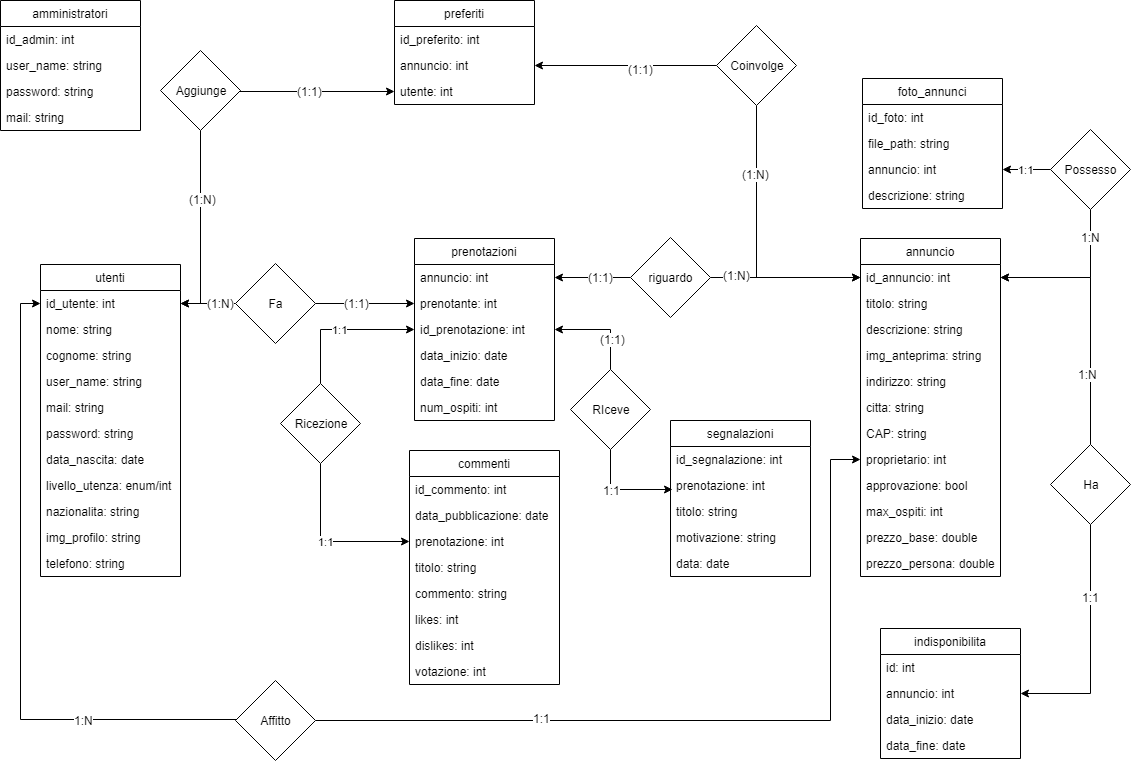
Earlier version of the draw.io export Database/schema_relazionale.png (GiulioUmbrella/FRENT). Source tidied: cells renumbered, new cells last; positions are measured from the earlier drawing's top-left corner, leaving out a move shared by most shapes.
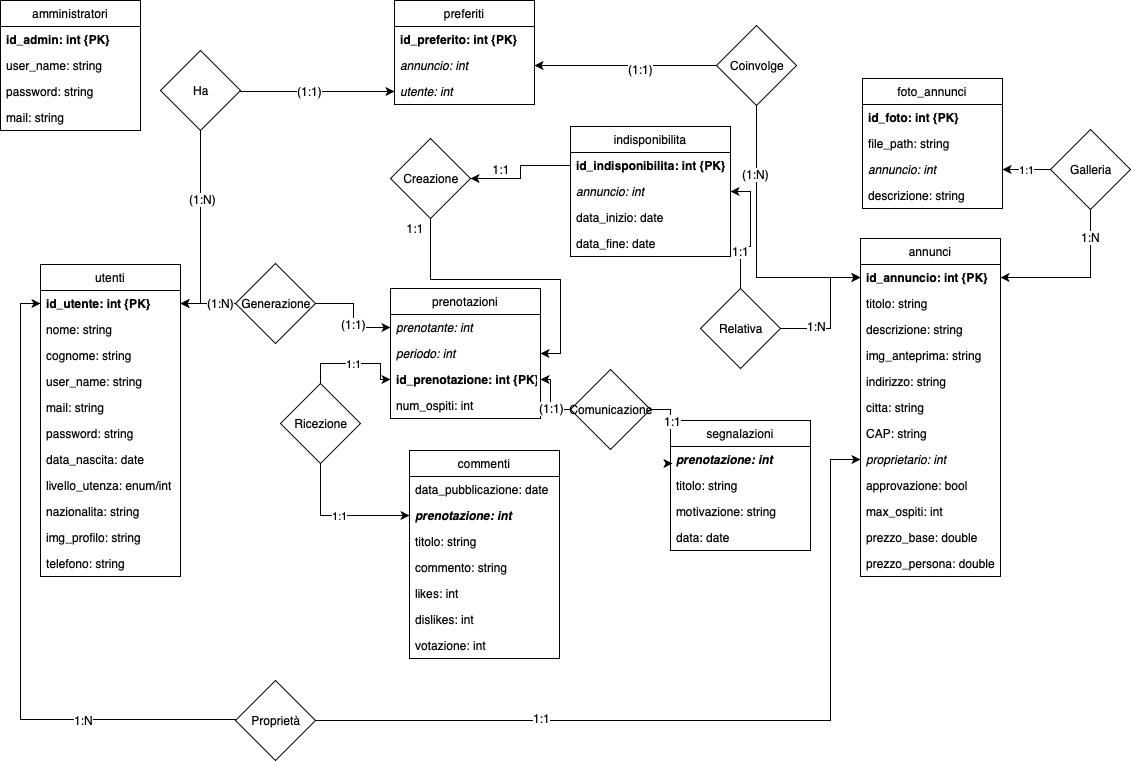
After the commit.

What changed in the source:
```diff
@@ -4,6 +4,6 @@
     <mxCell id="1" parent="0" />
-    <mxCell id="2" value="annuncio" style="swimlane;fontStyle=0;horizontal=1;startSize=26;fillColor=none;" parent="1" vertex="1">
+    <mxCell id="2" value="annunci" style="swimlane;fontStyle=0;horizontal=1;startSize=26;fillColor=none;" parent="1" vertex="1">
       <mxGeometry x="860" y="238" width="140" height="338" as="geometry" />
     </mxCell>
-    <mxCell id="3" value="id_annuncio: int" style="text;strokeColor=none;fillColor=none;align=left;verticalAlign=top;spacingLeft=4;spacingRight=4;overflow=hidden;points=[[0,0.5],[1,0.5]];portConstraint=eastwest;" parent="2" vertex="1">
+    <mxCell id="3" value="id_annuncio: int {PK}" style="text;strokeColor=none;fillColor=none;align=left;verticalAlign=top;spacingLeft=4;spacingRight=4;overflow=hidden;points=[[0,0.5],[1,0.5]];portConstraint=eastwest;fontStyle=1;" parent="2" vertex="1">
       <mxGeometry y="26" width="140" height="26" as="geometry" />
@@ -28,3 +28,3 @@
     </mxCell>
-    <mxCell id="10" value="proprietario: int" style="text;strokeColor=none;fillColor=none;align=left;verticalAlign=top;spacingLeft=4;spacingRight=4;overflow=hidden;points=[[0,0.5],[1,0.5]];portConstraint=eastwest;" parent="2" vertex="1">
+    <mxCell id="10" value="proprietario: int" style="text;strokeColor=none;fillColor=none;align=left;verticalAlign=top;spacingLeft=4;spacingRight=4;overflow=hidden;points=[[0,0.5],[1,0.5]];portConstraint=eastwest;fontStyle=2;" parent="2" vertex="1">
       <mxGeometry y="208" width="140" height="26" as="geometry" />
@@ -44,27 +44,24 @@
     <mxCell id="15" value="commenti" style="swimlane;fontStyle=0;horizontal=1;startSize=26;fillColor=none;" parent="1" vertex="1">
-      <mxGeometry x="409" y="450" width="150" height="234" as="geometry" />
+      <mxGeometry x="409" y="450" width="150" height="208" as="geometry" />
     </mxCell>
-    <mxCell id="16" value="id_commento: int" style="text;strokeColor=none;fillColor=none;align=left;verticalAlign=top;spacingLeft=4;spacingRight=4;overflow=hidden;" parent="15" vertex="1">
-      <mxGeometry y="26" width="150" height="26" as="geometry" />
-    </mxCell>
     <mxCell id="17" value="data_pubblicazione: date" style="text;strokeColor=none;fillColor=none;align=left;verticalAlign=top;spacingLeft=4;spacingRight=4;overflow=hidden;" parent="15" vertex="1">
-      <mxGeometry y="52" width="150" height="26" as="geometry" />
+      <mxGeometry y="26" width="150" height="26" as="geometry" />
     </mxCell>
-    <mxCell id="18" value="prenotazione: int" style="text;strokeColor=none;fillColor=none;align=left;verticalAlign=top;spacingLeft=4;spacingRight=4;overflow=hidden;points=[[0,0.5],[1,0.5]];portConstraint=eastwest;" parent="15" vertex="1">
-      <mxGeometry y="78" width="150" height="26" as="geometry" />
+    <mxCell id="18" value="prenotazione: int" style="text;strokeColor=none;fillColor=none;align=left;verticalAlign=top;spacingLeft=4;spacingRight=4;overflow=hidden;points=[[0,0.5],[1,0.5]];portConstraint=eastwest;fontStyle=3;" parent="15" vertex="1">
+      <mxGeometry y="52" width="150" height="26" as="geometry" />
     </mxCell>
     <mxCell id="19" value="titolo: string" style="text;strokeColor=none;fillColor=none;align=left;verticalAlign=top;spacingLeft=4;spacingRight=4;overflow=hidden;" parent="15" vertex="1">
-      <mxGeometry y="104" width="150" height="26" as="geometry" />
+      <mxGeometry y="78" width="150" height="26" as="geometry" />
     </mxCell>
     <mxCell id="20" value="commento: string" style="text;strokeColor=none;fillColor=none;align=left;verticalAlign=top;spacingLeft=4;spacingRight=4;overflow=hidden;" parent="15" vertex="1">
-      <mxGeometry y="130" width="150" height="26" as="geometry" />
+      <mxGeometry y="104" width="150" height="26" as="geometry" />
     </mxCell>
     <mxCell id="21" value="likes: int" style="text;strokeColor=none;fillColor=none;align=left;verticalAlign=top;spacingLeft=4;spacingRight=4;overflow=hidden;" parent="15" vertex="1">
-      <mxGeometry y="156" width="150" height="26" as="geometry" />
+      <mxGeometry y="130" width="150" height="26" as="geometry" />
     </mxCell>
     <mxCell id="22" value="dislikes: int" style="text;strokeColor=none;fillColor=none;align=left;verticalAlign=top;spacingLeft=4;spacingRight=4;overflow=hidden;" parent="15" vertex="1">
-      <mxGeometry y="182" width="150" height="26" as="geometry" />
+      <mxGeometry y="156" width="150" height="26" as="geometry" />
     </mxCell>
     <mxCell id="23" value="votazione: int" style="text;strokeColor=none;fillColor=none;align=left;verticalAlign=top;spacingLeft=4;spacingRight=4;overflow=hidden;" parent="15" vertex="1">
-      <mxGeometry y="208" width="150" height="26" as="geometry" />
+      <mxGeometry y="182" width="150" height="26" as="geometry" />
     </mxCell>
@@ -73,3 +70,3 @@
     </mxCell>
-    <mxCell id="25" value="id_utente: int" style="text;strokeColor=none;fillColor=none;align=left;verticalAlign=top;spacingLeft=4;spacingRight=4;overflow=hidden;points=[[0,0.5],[1,0.5]];portConstraint=eastwest;" parent="24" vertex="1">
+    <mxCell id="25" value="id_utente: int {PK}" style="text;strokeColor=none;fillColor=none;align=left;verticalAlign=top;spacingLeft=4;spacingRight=4;overflow=hidden;points=[[0,0.5],[1,0.5]];portConstraint=eastwest;rounded=0;fontStyle=1;" parent="24" vertex="1">
       <mxGeometry y="26" width="140" height="26" as="geometry" />
@@ -109,9 +106,9 @@
     </mxCell>
-    <mxCell id="37" value="id_preferito: int" style="text;strokeColor=none;fillColor=none;align=left;verticalAlign=top;spacingLeft=4;spacingRight=4;overflow=hidden;" parent="36" vertex="1">
+    <mxCell id="37" value="id_preferito: int {PK}" style="text;strokeColor=none;fillColor=none;align=left;verticalAlign=top;spacingLeft=4;spacingRight=4;overflow=hidden;fontStyle=1;" parent="36" vertex="1">
       <mxGeometry y="26" width="140" height="26" as="geometry" />
     </mxCell>
-    <mxCell id="38" value="annuncio: int" style="text;strokeColor=none;fillColor=none;align=left;verticalAlign=top;spacingLeft=4;spacingRight=4;overflow=hidden;points=[[0,0.5],[1,0.5]];portConstraint=eastwest;" parent="36" vertex="1">
+    <mxCell id="38" value="annuncio: int" style="text;strokeColor=none;fillColor=none;align=left;verticalAlign=top;spacingLeft=4;spacingRight=4;overflow=hidden;points=[[0,0.5],[1,0.5]];portConstraint=eastwest;fontStyle=2;" parent="36" vertex="1">
       <mxGeometry y="52" width="140" height="26" as="geometry" />
     </mxCell>
-    <mxCell id="39" value="utente: int" style="text;strokeColor=none;fillColor=none;align=left;verticalAlign=top;spacingLeft=4;spacingRight=4;overflow=hidden;points=[[0,0.5],[1,0.5]];portConstraint=eastwest;" parent="36" vertex="1">
+    <mxCell id="39" value="utente: int" style="text;strokeColor=none;fillColor=none;align=left;verticalAlign=top;spacingLeft=4;spacingRight=4;overflow=hidden;points=[[0,0.5],[1,0.5]];portConstraint=eastwest;fontStyle=2;" parent="36" vertex="1">
       <mxGeometry y="78" width="140" height="26" as="geometry" />
@@ -119,18 +116,15 @@
     <mxCell id="40" value="segnalazioni" style="swimlane;fontStyle=0;horizontal=1;startSize=26;fillColor=none;" parent="1" vertex="1">
-      <mxGeometry x="670" y="420" width="140" height="156" as="geometry" />
+      <mxGeometry x="670" y="420" width="140" height="130" as="geometry" />
     </mxCell>
-    <mxCell id="41" value="id_segnalazione: int" style="text;strokeColor=none;fillColor=none;align=left;verticalAlign=top;spacingLeft=4;spacingRight=4;overflow=hidden;" parent="40" vertex="1">
-      <mxGeometry y="26" width="140" height="26" as="geometry" />
-    </mxCell>
-    <mxCell id="42" value="prenotazione: int" style="text;strokeColor=none;fillColor=none;align=left;verticalAlign=top;spacingLeft=4;spacingRight=4;overflow=hidden;points=[[0,0.5],[1,0.5]];portConstraint=eastwest;" parent="40" vertex="1">
-      <mxGeometry y="52" width="140" height="26" as="geometry" />
+    <mxCell id="42" value="prenotazione: int" style="text;strokeColor=none;fillColor=none;align=left;verticalAlign=top;spacingLeft=4;spacingRight=4;overflow=hidden;points=[[0,0.5],[1,0.5]];portConstraint=eastwest;fontStyle=3;" parent="40" vertex="1">
+      <mxGeometry y="26" width="140" height="26" as="geometry" />
     </mxCell>
     <mxCell id="43" value="titolo: string" style="text;strokeColor=none;fillColor=none;align=left;verticalAlign=top;spacingLeft=4;spacingRight=4;overflow=hidden;" parent="40" vertex="1">
-      <mxGeometry y="78" width="140" height="26" as="geometry" />
+      <mxGeometry y="52" width="140" height="26" as="geometry" />
     </mxCell>
     <mxCell id="44" value="motivazione: string" style="text;strokeColor=none;fillColor=none;align=left;verticalAlign=top;spacingLeft=4;spacingRight=4;overflow=hidden;" parent="40" vertex="1">
-      <mxGeometry y="104" width="140" height="26" as="geometry" />
+      <mxGeometry y="78" width="140" height="26" as="geometry" />
     </mxCell>
     <mxCell id="45" value="data: date" style="text;strokeColor=none;fillColor=none;align=left;verticalAlign=top;spacingLeft=4;spacingRight=4;overflow=hidden;" parent="40" vertex="1">
-      <mxGeometry y="130" width="140" height="26" as="geometry" />
+      <mxGeometry y="104" width="140" height="26" as="geometry" />
     </mxCell>
@@ -139,3 +133,3 @@
     </mxCell>
-    <mxCell id="47" value="id_foto: int" style="text;strokeColor=none;fillColor=none;align=left;verticalAlign=top;spacingLeft=4;spacingRight=4;overflow=hidden;" parent="46" vertex="1">
+    <mxCell id="47" value="id_foto: int {PK}" style="text;strokeColor=none;fillColor=none;align=left;verticalAlign=top;spacingLeft=4;spacingRight=4;overflow=hidden;fontStyle=1;" parent="46" vertex="1">
       <mxGeometry y="26" width="140" height="26" as="geometry" />
@@ -145,3 +139,3 @@
     </mxCell>
-    <mxCell id="49" value="annuncio: int" style="text;strokeColor=none;fillColor=none;align=left;verticalAlign=top;spacingLeft=4;spacingRight=4;overflow=hidden;points=[[0,0.5],[1,0.5]];portConstraint=eastwest;" parent="46" vertex="1">
+    <mxCell id="49" value="annuncio: int" style="text;strokeColor=none;fillColor=none;align=left;verticalAlign=top;spacingLeft=4;spacingRight=4;overflow=hidden;points=[[0,0.5],[1,0.5]];portConstraint=eastwest;fontStyle=2;" parent="46" vertex="1">
       <mxGeometry y="78" width="140" height="26" as="geometry" />
@@ -171,21 +165,15 @@
     <mxCell id="55" value="prenotazioni" style="swimlane;fontStyle=0;horizontal=1;startSize=26;fillColor=none;" parent="1" vertex="1">
-      <mxGeometry x="414" y="238" width="140" height="182" as="geometry" />
+      <mxGeometry x="390" y="288" width="150" height="130" as="geometry" />
     </mxCell>
-    <mxCell id="56" value="annuncio: int" style="text;strokeColor=none;fillColor=none;align=left;verticalAlign=top;spacingLeft=4;spacingRight=4;overflow=hidden;points=[[0,0.5],[1,0.5]];portConstraint=eastwest;" parent="55" vertex="1">
-      <mxGeometry y="26" width="140" height="26" as="geometry" />
-    </mxCell>
-    <mxCell id="57" value="prenotante: int" style="text;strokeColor=none;fillColor=none;align=left;verticalAlign=top;spacingLeft=4;spacingRight=4;overflow=hidden;points=[[0,0.5],[1,0.5]];portConstraint=eastwest;" parent="55" vertex="1">
-      <mxGeometry y="52" width="140" height="26" as="geometry" />
+    <mxCell id="57" value="prenotante: int" style="text;strokeColor=none;fillColor=none;align=left;verticalAlign=top;spacingLeft=4;spacingRight=4;overflow=hidden;points=[[0,0.5],[1,0.5]];portConstraint=eastwest;fontStyle=2;" parent="55" vertex="1">
+      <mxGeometry y="26" width="150" height="26" as="geometry" />
     </mxCell>
+    <mxCell id="110" value="periodo: int" style="text;strokeColor=none;fillColor=none;align=left;verticalAlign=top;spacingLeft=4;spacingRight=4;overflow=hidden;points=[[0,0.5],[1,0.5]];portConstraint=eastwest;fontStyle=2;" parent="55" vertex="1">
+      <mxGeometry y="52" width="150" height="26" as="geometry" />
+    </mxCell>
-    <mxCell id="58" value="id_prenotazione: int" style="text;strokeColor=none;fillColor=none;align=left;verticalAlign=top;spacingLeft=4;spacingRight=4;overflow=hidden;points=[[0,0.5],[1,0.5]];portConstraint=eastwest;" parent="55" vertex="1">
-      <mxGeometry y="78" width="140" height="26" as="geometry" />
+    <mxCell id="58" value="id_prenotazione: int {PK}" style="text;strokeColor=none;fillColor=none;align=left;verticalAlign=top;spacingLeft=4;spacingRight=4;overflow=hidden;points=[[0,0.5],[1,0.5]];portConstraint=eastwest;fontStyle=1;" parent="55" vertex="1">
+      <mxGeometry y="78" width="150" height="26" as="geometry" />
     </mxCell>
-    <mxCell id="59" value="data_inizio: date" style="text;strokeColor=none;fillColor=none;align=left;verticalAlign=top;spacingLeft=4;spacingRight=4;overflow=hidden;" parent="55" vertex="1">
-      <mxGeometry y="104" width="140" height="26" as="geometry" />
-    </mxCell>
-    <mxCell id="60" value="data_fine: date" style="text;strokeColor=none;fillColor=none;align=left;verticalAlign=top;spacingLeft=4;spacingRight=4;overflow=hidden;" parent="55" vertex="1">
-      <mxGeometry y="130" width="140" height="26" as="geometry" />
-    </mxCell>
     <mxCell id="61" value="num_ospiti: int" style="text;strokeColor=none;fillColor=none;align=left;verticalAlign=top;spacingLeft=4;spacingRight=4;overflow=hidden;" parent="55" vertex="1">
-      <mxGeometry y="156" width="140" height="26" as="geometry" />
+      <mxGeometry y="104" width="150" height="26" as="geometry" />
     </mxCell>
@@ -194,3 +182,3 @@
     </mxCell>
-    <mxCell id="63" value="id_admin: int" style="text;strokeColor=none;fillColor=none;align=left;verticalAlign=top;spacingLeft=4;spacingRight=4;overflow=hidden;" parent="62" vertex="1">
+    <mxCell id="63" value="id_admin: int {PK}" style="text;strokeColor=none;fillColor=none;align=left;verticalAlign=top;spacingLeft=4;spacingRight=4;overflow=hidden;fontStyle=1;" parent="62" vertex="1">
       <mxGeometry y="26" width="140" height="26" as="geometry" />
@@ -207,15 +195,15 @@
     <mxCell id="67" value="indisponibilita" style="swimlane;fontStyle=0;horizontal=1;startSize=26;fillColor=none;" parent="1" vertex="1">
-      <mxGeometry x="880" y="628" width="140" height="130" as="geometry" />
+      <mxGeometry x="570" y="126" width="160" height="130" as="geometry" />
     </mxCell>
-    <mxCell id="68" value="id: int" style="text;strokeColor=none;fillColor=none;align=left;verticalAlign=top;spacingLeft=4;spacingRight=4;overflow=hidden;points=[[0,0.5],[1,0.5]];portConstraint=eastwest;" parent="67" vertex="1">
-      <mxGeometry y="26" width="140" height="26" as="geometry" />
+    <mxCell id="68" value="id_indisponibilita: int {PK}" style="text;strokeColor=none;fillColor=none;align=left;verticalAlign=top;spacingLeft=4;spacingRight=4;overflow=hidden;points=[[0,0.5],[1,0.5]];portConstraint=eastwest;fontStyle=1;" parent="67" vertex="1">
+      <mxGeometry y="26" width="160" height="26" as="geometry" />
     </mxCell>
-    <mxCell id="69" value="annuncio: int" style="text;strokeColor=none;fillColor=none;align=left;verticalAlign=top;spacingLeft=4;spacingRight=4;overflow=hidden;points=[[0,0.5],[1,0.5]];portConstraint=eastwest;" parent="67" vertex="1">
-      <mxGeometry y="52" width="140" height="26" as="geometry" />
+    <mxCell id="69" value="annuncio: int" style="text;strokeColor=none;fillColor=none;align=left;verticalAlign=top;spacingLeft=4;spacingRight=4;overflow=hidden;points=[[0,0.5],[1,0.5]];portConstraint=eastwest;fontStyle=2;" parent="67" vertex="1">
+      <mxGeometry y="52" width="160" height="26" as="geometry" />
     </mxCell>
     <mxCell id="70" value="data_inizio: date" style="text;strokeColor=none;fillColor=none;align=left;verticalAlign=top;spacingLeft=4;spacingRight=4;overflow=hidden;" parent="67" vertex="1">
-      <mxGeometry y="78" width="140" height="26" as="geometry" />
+      <mxGeometry y="78" width="160" height="26" as="geometry" />
     </mxCell>
     <mxCell id="71" value="data_fine: date" style="text;strokeColor=none;fillColor=none;align=left;verticalAlign=top;spacingLeft=4;spacingRight=4;overflow=hidden;" parent="67" vertex="1">
-      <mxGeometry y="104" width="140" height="26" as="geometry" />
+      <mxGeometry y="104" width="160" height="26" as="geometry" />
     </mxCell>
@@ -247,3 +235,3 @@
     </mxCell>
-    <mxCell id="76" value="Affitto" style="rhombus;whiteSpace=wrap;html=1;" parent="1" vertex="1">
+    <mxCell id="76" value="Proprietà" style="rhombus;whiteSpace=wrap;html=1;" parent="1" vertex="1">
       <mxGeometry x="235" y="680" width="80" height="80" as="geometry" />
@@ -270,3 +258,3 @@
     </mxCell>
-    <mxCell id="82" value="Aggiunge" style="rhombus;whiteSpace=wrap;html=1;" parent="1" vertex="1">
+    <mxCell id="82" value="Ha" style="rhombus;whiteSpace=wrap;html=1;" parent="1" vertex="1">
       <mxGeometry x="160" y="50" width="80" height="80" as="geometry" />
@@ -281,3 +269,3 @@
     </mxCell>
-    <mxCell id="85" value="Fa" style="rhombus;whiteSpace=wrap;html=1;" parent="1" vertex="1">
+    <mxCell id="85" value="Generazione" style="rhombus;whiteSpace=wrap;html=1;" parent="1" vertex="1">
       <mxGeometry x="235" y="263" width="80" height="80" as="geometry" />
@@ -299,17 +287,2 @@
     </mxCell>
-    <mxCell id="91" style="edgeStyle=orthogonalEdgeStyle;rounded=0;jettySize=auto;html=1;entryX=1;entryY=0.5;entryDx=0;entryDy=0;startArrow=none;startFill=0;endArrow=classic;endFill=1;" parent="1" edge="1" source="95" target="56">
-      <mxGeometry relative="1" as="geometry" />
-    </mxCell>
-    <mxCell id="92" value="(1:1)" style="text;html=1;align=center;verticalAlign=middle;labelBackgroundColor=#ffffff;" parent="91" vertex="1">
-      <mxGeometry x="-0.21" y="-1" relative="1" as="geometry" />
-    </mxCell>
-    <mxCell id="93" style="edgeStyle=orthogonalEdgeStyle;rounded=0;jettySize=auto;html=1;entryX=0;entryY=0.5;entryDx=0;entryDy=0;startArrow=none;startFill=0;endArrow=classic;endFill=1;" parent="1" edge="1" source="95" target="3">
-      <mxGeometry relative="1" as="geometry" />
-    </mxCell>
-    <mxCell id="94" value="(1:N)" style="text;html=1;align=center;verticalAlign=middle;labelBackgroundColor=#ffffff;" parent="93" vertex="1">
-      <mxGeometry x="-0.65" y="3" relative="1" as="geometry" />
-    </mxCell>
-    <mxCell id="95" value="riguardo" style="rhombus;whiteSpace=wrap;html=1;" parent="1" vertex="1">
-      <mxGeometry x="630" y="237" width="80" height="80" as="geometry" />
-    </mxCell>
     <mxCell id="96" style="edgeStyle=orthogonalEdgeStyle;rounded=0;jettySize=auto;html=1;entryX=1;entryY=0.5;entryDx=0;entryDy=0;startArrow=none;startFill=0;endArrow=classic;endFill=1;" parent="1" edge="1" source="100" target="58">
@@ -328,3 +301,3 @@
     </mxCell>
-    <mxCell id="100" value="RIceve" style="rhombus;whiteSpace=wrap;html=1;" parent="1" vertex="1">
+    <mxCell id="100" value="Comunicazione" style="rhombus;whiteSpace=wrap;html=1;" parent="1" vertex="1">
       <mxGeometry x="570" y="369" width="80" height="80" as="geometry" />
@@ -342,7 +315,12 @@
     </mxCell>
-    <mxCell id="104" value="Possesso" style="rhombus;whiteSpace=wrap;html=1;" parent="1" vertex="1">
+    <mxCell id="104" value="Galleria" style="rhombus;whiteSpace=wrap;html=1;" parent="1" vertex="1">
       <mxGeometry x="1050" y="129" width="80" height="80" as="geometry" />
     </mxCell>
-    <mxCell id="105" style="edgeStyle=orthogonalEdgeStyle;rounded=0;jettySize=auto;html=1;entryX=1;entryY=0.5;entryDx=0;entryDy=0;" parent="1" edge="1" source="109" target="3">
-      <mxGeometry relative="1" as="geometry" />
+    <mxCell id="105" style="edgeStyle=orthogonalEdgeStyle;rounded=0;jettySize=auto;html=1;entryX=0;entryY=0.5;entryDx=0;entryDy=0;" parent="1" edge="1" source="109" target="3">
+      <mxGeometry relative="1" as="geometry">
+        <Array as="points">
+          <mxPoint x="830" y="328" />
+          <mxPoint x="830" y="277" />
+        </Array>
+      </mxGeometry>
     </mxCell>
@@ -357,5 +335,20 @@
     </mxCell>
-    <mxCell id="109" value="Ha" style="rhombus;whiteSpace=wrap;html=1;" parent="1" vertex="1">
-      <mxGeometry x="1050" y="444" width="80" height="80" as="geometry" />
+    <mxCell id="109" value="Relativa" style="rhombus;whiteSpace=wrap;html=1;" parent="1" vertex="1">
+      <mxGeometry x="700" y="288" width="80" height="80" as="geometry" />
     </mxCell>
+    <mxCell id="111" value="1:1" style="text;html=1;strokeColor=none;fillColor=none;align=center;verticalAlign=middle;whiteSpace=wrap;rounded=0;" parent="1" vertex="1">
+      <mxGeometry x="480" y="159" width="40" height="20" as="geometry" />
+    </mxCell>
+    <mxCell id="112" style="edgeStyle=orthogonalEdgeStyle;rounded=0;jettySize=auto;html=1;entryX=1;entryY=0.5;entryDx=0;entryDy=0;" parent="1" edge="1" source="113" target="110">
+      <mxGeometry relative="1" as="geometry" />
+    </mxCell>
+    <mxCell id="113" value="Creazione" style="rhombus;whiteSpace=wrap;html=1;" parent="1" vertex="1">
+      <mxGeometry x="390" y="138" width="80" height="80" as="geometry" />
+    </mxCell>
+    <mxCell id="114" style="edgeStyle=orthogonalEdgeStyle;rounded=0;jettySize=auto;html=1;entryX=1;entryY=0.5;entryDx=0;entryDy=0;" parent="1" edge="1" source="68" target="113">
+      <mxGeometry relative="1" as="geometry" />
+    </mxCell>
+    <mxCell id="115" value="1:1" style="text;html=1;strokeColor=none;fillColor=none;align=center;verticalAlign=middle;whiteSpace=wrap;rounded=0;" parent="1" vertex="1">
+      <mxGeometry x="394" y="218" width="40" height="20" as="geometry" />
+    </mxCell>
   </root>
```
